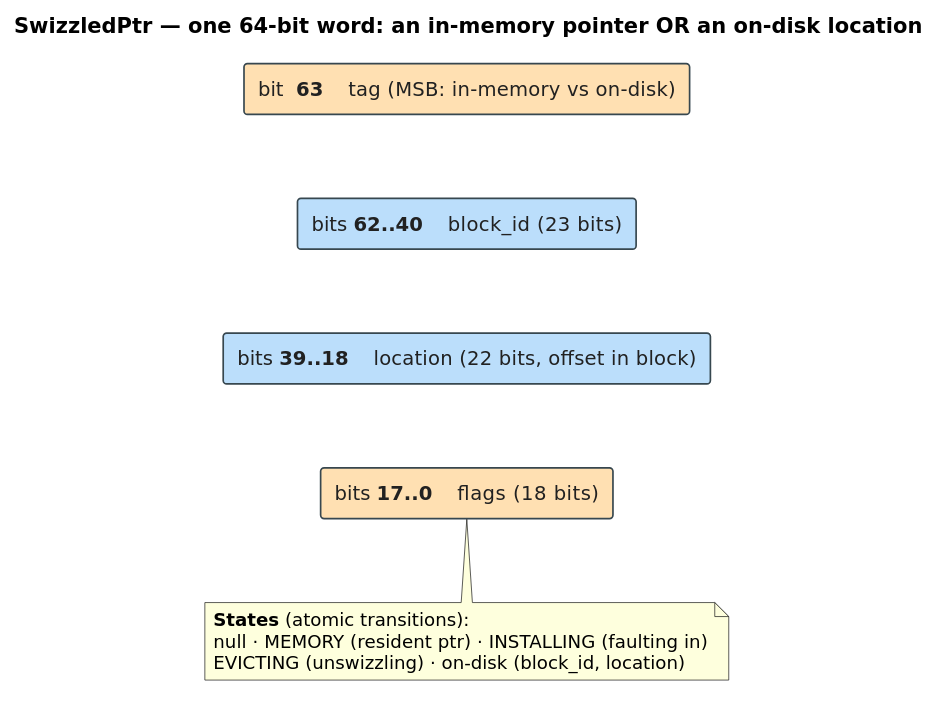
Above: docs/diagrams/swizzled-ptr.svg in vinary-tree/libdictenstein (PlantUML), before the change. Its source is kept beside it as docs/diagrams/src/swizzled-ptr.puml. Source of this version:
```plantuml
@startuml swizzled-ptr
skinparam defaultFontSize 14
skinparam shadowing false
skinparam backgroundColor #FFFFFF
skinparam defaultFontName "DejaVu Sans"
skinparam rectangle {
  BorderColor #37474F
  FontColor #212121
  BorderThickness 1.2
}
skinparam noteFontSize 13
skinparam TitleFontSize 15

title SwizzledPtr — one 64-bit word: an in-memory pointer OR an on-disk location

rectangle "bit  **63**    tag  (MSB: in-memory vs on-disk)" as F #FFE0B2
rectangle "bits **62..40**    block_id  (23 bits)" as B #BBDEFB
rectangle "bits **39..18**    location  (22 bits, offset in block)" as L #BBDEFB
rectangle "bits **17..0**    flags  (18 bits)" as G #FFE0B2

F -[hidden]down- B
B -[hidden]down- L
L -[hidden]down- G

note bottom of G
  **States** (atomic transitions):
  null · MEMORY (resident ptr) · INSTALLING (faulting in)
  EVICTING (unswizzling) · on-disk (block_id, location)
end note
@enduml
```
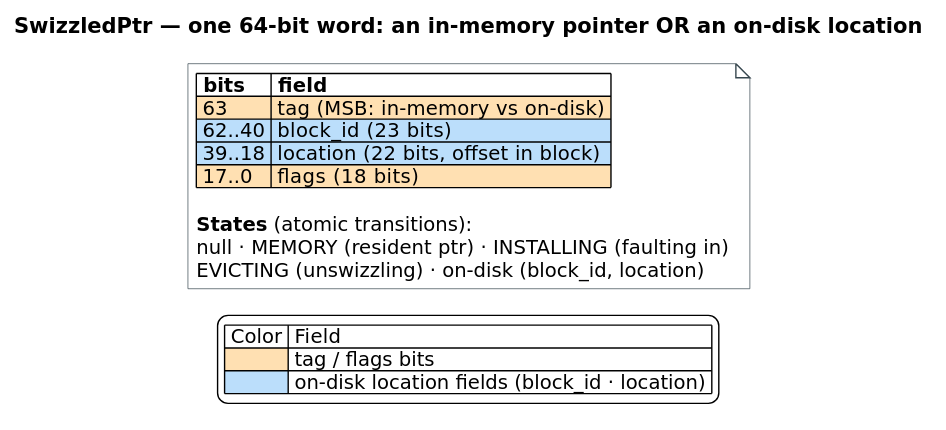
Later version of the same file.

Diff of the diagram source:
```diff
@@ -3,28 +3,30 @@
 skinparam shadowing false
 skinparam backgroundColor #FFFFFF
 skinparam defaultFontName "DejaVu Sans"
-skinparam rectangle {
+skinparam TitleFontSize 15
+skinparam noteFontSize 14
+skinparam note {
+  BackgroundColor #FFFFFF
   BorderColor #37474F
-  FontColor #212121
-  BorderThickness 1.2
 }
-skinparam noteFontSize 13
-skinparam TitleFontSize 15
 
 title SwizzledPtr — one 64-bit word: an in-memory pointer OR an on-disk location
 
-rectangle "bit  **63**    tag  (MSB: in-memory vs on-disk)" as F #FFE0B2
-rectangle "bits **62..40**    block_id  (23 bits)" as B #BBDEFB
-rectangle "bits **39..18**    location  (22 bits, offset in block)" as L #BBDEFB
-rectangle "bits **17..0**    flags  (18 bits)" as G #FFE0B2
+note as SP
+|= bits |= field |
+|<#FFE0B2> 63 |<#FFE0B2> tag  (MSB: in-memory vs on-disk) |
+|<#BBDEFB> 62..40 |<#BBDEFB> block_id  (23 bits) |
+|<#BBDEFB> 39..18 |<#BBDEFB> location  (22 bits, offset in block) |
+|<#FFE0B2> 17..0 |<#FFE0B2> flags  (18 bits) |
 
-F -[hidden]down- B
-B -[hidden]down- L
-L -[hidden]down- G
+**States** (atomic transitions):
+null · MEMORY (resident ptr) · INSTALLING (faulting in)
+EVICTING (unswizzling) · on-disk (block_id, location)
+end note
 
-note bottom of G
-  **States** (atomic transitions):
-  null · MEMORY (resident ptr) · INSTALLING (faulting in)
-  EVICTING (unswizzling) · on-disk (block_id, location)
-end note
+legend bottom
+| Color | Field |
+|<#FFE0B2>| tag / flags bits |
+|<#BBDEFB>| on-disk location fields (block_id · location) |
+endlegend
 @enduml
```
